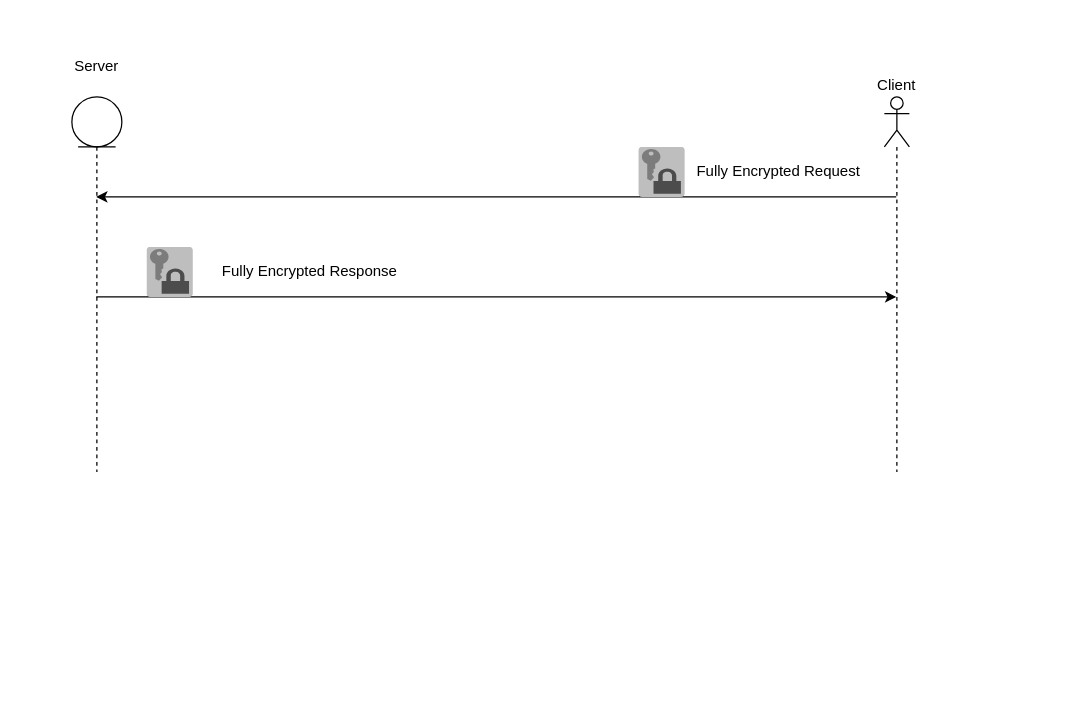
Above: page "Stage 1" (1 of 3) of Untitled Diagram.drawio in Mohamedmtc/Diagrams (draw.io), before the change. Source tidied: cells renumbered, new cells numbered last; positions are measured from the earlier drawing's top-left corner, leaving out a move shared by most shapes. Both pictures are drawn from the tidied source at 125%, with x=0, y=0 at pixel (71, 96).
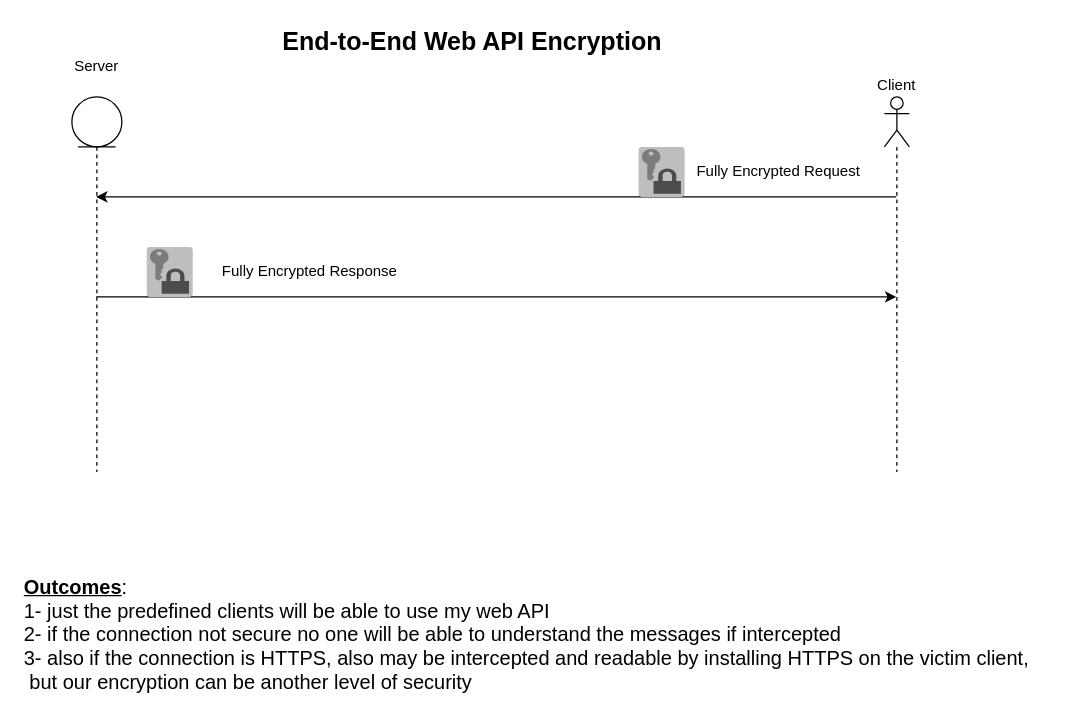
The same diagram, later.

Diff of the diagram source:
```diff
@@
 <mxGraphModel>
   <root>
     <mxCell id="0" />
     <mxCell id="1" parent="0" />
     <mxCell id="2" style="edgeStyle=orthogonalEdgeStyle;rounded=0;jettySize=auto;html=1;" parent="1" edge="1" source="3" target="5">
       <mxGeometry relative="1" as="geometry">
         <Array as="points">
           <mxPoint x="330" y="80" />
           <mxPoint x="330" y="80" />
         </Array>
       </mxGeometry>
     </mxCell>
     <mxCell id="3" value="&lt;div&gt;Client&lt;/div&gt;" style="shape=umlLifeline;participant=umlActor;perimeter=lifelinePerimeter;whiteSpace=wrap;html=1;verticalAlign=bottom;spacingTop=36;outlineConnect=0;labelPosition=center;verticalLabelPosition=top;align=center;" parent="1" vertex="1">
       <mxGeometry x="650" width="20" height="300" as="geometry" />
     </mxCell>
     <mxCell id="4" style="edgeStyle=orthogonalEdgeStyle;rounded=0;jettySize=auto;html=1;" parent="1" edge="1" source="5" target="3">
       <mxGeometry relative="1" as="geometry">
         <Array as="points">
           <mxPoint x="100" y="160" />
           <mxPoint x="100" y="160" />
         </Array>
       </mxGeometry>
     </mxCell>
     <mxCell id="5" value="&lt;div&gt;Server&lt;/div&gt;&lt;div&gt;&lt;br&gt;&lt;/div&gt;" style="shape=umlLifeline;participant=umlEntity;perimeter=lifelinePerimeter;whiteSpace=wrap;html=1;verticalAlign=bottom;spacingTop=36;outlineConnect=0;labelPosition=center;verticalLabelPosition=top;align=center;" parent="1" vertex="1">
       <mxGeometry width="40" height="300" as="geometry" />
     </mxCell>
     <mxCell id="6" value="Fully Encrypted Request" style="text;html=1;align=center;verticalAlign=middle;strokeColor=none;fillColor=none;" parent="1" vertex="1">
       <mxGeometry x="490" y="50" width="150" height="20" as="geometry" />
     </mxCell>
     <mxCell id="7" value="Fully Encrypted Response" style="text;html=1;align=center;verticalAlign=middle;strokeColor=none;fillColor=none;" parent="1" vertex="1">
       <mxGeometry x="110" y="130" width="160" height="20" as="geometry" />
     </mxCell>
     <mxCell id="8" style="dashed=0;verticalLabelPosition=bottom;verticalAlign=top;align=center;html=1;shape=mxgraph.aws3.data_encryption_key;fillColor=#7D7C7C;gradientColor=none;" parent="1" vertex="1">
       <mxGeometry x="453.5" y="40" width="36.5" height="40" as="geometry" />
     </mxCell>
     <mxCell id="9" style="dashed=0;verticalLabelPosition=bottom;verticalAlign=top;align=center;html=1;shape=mxgraph.aws3.data_encryption_key;fillColor=#7D7C7C;gradientColor=none;" parent="1" vertex="1">
       <mxGeometry x="60" y="120" width="36.5" height="40" as="geometry" />
     </mxCell>
+    <mxCell id="10" value="&lt;div style=&quot;font-size: 16px&quot; align=&quot;left&quot;&gt;&lt;u&gt;&lt;b&gt;Outcomes&lt;/b&gt;&lt;/u&gt;: &lt;br style=&quot;font-size: 16px&quot;&gt;&lt;/div&gt;&lt;div style=&quot;font-size: 16px&quot; align=&quot;left&quot;&gt;1- just the predefined clients will be able to use my web API&lt;/div&gt;&lt;div style=&quot;font-size: 16px&quot; align=&quot;left&quot;&gt;2- if the connection not secure no one will be able to understand the messages if intercepted&lt;/div&gt;&lt;div style=&quot;font-size: 16px&quot; align=&quot;left&quot;&gt;3- also if the connection is HTTPS, also may be intercepted and readable by installing HTTPS on the victim client,&lt;/div&gt;&lt;div style=&quot;font-size: 16px&quot; align=&quot;left&quot;&gt;&amp;nbsp;but our encryption can be another level of security&lt;br style=&quot;font-size: 16px&quot;&gt;&lt;/div&gt;" style="text;html=1;align=left;verticalAlign=middle;strokeColor=none;fillColor=none;fontSize=16;" parent="1" vertex="1">
+      <mxGeometry x="-40" y="380" width="820" height="100" as="geometry" />
+    </mxCell>
+    <mxCell id="11" value="End-to-End Web API Encryption" style="text;html=1;align=center;verticalAlign=middle;strokeColor=none;fillColor=none;fontStyle=1;fontSize=20;" parent="1" vertex="1">
+      <mxGeometry x="160" y="-60" width="320" height="30" as="geometry" />
+    </mxCell>
   </root>
 </mxGraphModel>
```
